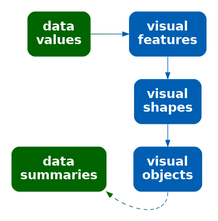
Above: Diagrams/data-vis-shape-obj.png in pmur002/hdvw (Graphviz), before the change. Its source is kept beside it as Diagrams/data-vis-shape-obj.dot. Its diagram source:
```dot
digraph {
  graph [ rankdir=LR; margin=.2; nodesep=.5 ];
  node [ fontsize=20; fontname="sans bold"; margin=.2 ];
  data [ label="data\nvalues"; shape=box; style="filled, rounded"; penwidth=0; fontcolor=white; fillcolor="#006400" ]
  stat [ label="data\nsummaries"; shape=box; style="filled, rounded"; penwidth=0; fontcolor=white; fillcolor="#006400" ]
  vis [ label="visual\nfeatures"; shape=box;
     style="filled, rounded"; penwidth=0; fontcolor=white; fillcolor="#005FB2" ]
  shape [ label="visual\nshapes"; shape=box;
       style="filled, rounded"; penwidth=0; fontcolor=white; fillcolor="#005FB2" ]
  obj [ label="visual\nobjects"; shape=box;
     style="filled, rounded"; penwidth=0; fontcolor=white; fillcolor="#005FB2" ]
  data -> vis [ color="#006400;0.1:#006314;0.1:#006328;0.1:#00623B;0.1:#00624F;0.1:#006163;0.1:#006177;0.1:#00608A;0.1:#00609E;0.1:#005FB2;0.1" ]
  vis -> shape [ color="#005FB2" ]
  shape -> obj [ color="#005FB2" ]
  obj:s -> stat:se [ style="dashed", color="#005FB2;0.1:#00609E;0.1:#00608A;0.1:#006177;0.1:#006163;0.1:#00624F;0.1:#00623B;0.1:#006328;0.1:#006314;0.1:#006400;0.1" ]
{ rank=same; data, stat }
{ rank=same; vis, shape, obj }
}
```
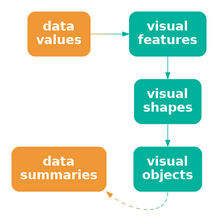
Above is the later version.

Diff of the diagram source:
```diff
@@ -1,18 +1,18 @@
 digraph {
   graph [ rankdir=LR; margin=.2; nodesep=.5 ];
   node [ fontsize=20; fontname="sans bold"; margin=.2 ];
-  data [ label="data\nvalues"; shape=box; style="filled, rounded"; penwidth=0; fontcolor=white; fillcolor="#006400" ]
-  stat [ label="data\nsummaries"; shape=box; style="filled, rounded"; penwidth=0; fontcolor=white; fillcolor="#006400" ]
+  data [ label="data\nvalues"; shape=box; style="filled, rounded"; penwidth=0; fontcolor=white; fillcolor="#F09736" ]
+  stat [ label="data\nsummaries"; shape=box; style="filled, rounded"; penwidth=0; fontcolor=white; fillcolor="#F09736" ]
   vis [ label="visual\nfeatures"; shape=box;
-     style="filled, rounded"; penwidth=0; fontcolor=white; fillcolor="#005FB2" ]
+     style="filled, rounded"; penwidth=0; fontcolor=white; fillcolor="#00B19B" ]
   shape [ label="visual\nshapes"; shape=box;
-       style="filled, rounded"; penwidth=0; fontcolor=white; fillcolor="#005FB2" ]
+       style="filled, rounded"; penwidth=0; fontcolor=white; fillcolor="#00B19B" ]
   obj [ label="visual\nobjects"; shape=box;
-     style="filled, rounded"; penwidth=0; fontcolor=white; fillcolor="#005FB2" ]
-  data -> vis [ color="#006400;0.1:#006314;0.1:#006328;0.1:#00623B;0.1:#00624F;0.1:#006163;0.1:#006177;0.1:#00608A;0.1:#00609E;0.1:#005FB2;0.1" ]
-  vis -> shape [ color="#005FB2" ]
-  shape -> obj [ color="#005FB2" ]
-  obj:s -> stat:se [ style="dashed", color="#005FB2;0.1:#00609E;0.1:#00608A;0.1:#006177;0.1:#006163;0.1:#00624F;0.1:#00623B;0.1:#006328;0.1:#006314;0.1:#006400;0.1" ]
+     style="filled, rounded"; penwidth=0; fontcolor=white; fillcolor="#00B19B" ]
+  data -> vis [ color="#F09736;0.1:#D59A41;0.1:#BB9D4C;0.1:#A0A058;0.1:#85A363;0.1:#6BA56E;0.1:#50A879;0.1:#35AB85;0.1:#1BAE90;0.1:#00B19B;0.1" ]
+  vis -> shape [ color="#00B19B" ]
+  shape -> obj [ color="#00B19B" ]
+  obj:s -> stat:se [ style="dashed", color="#00B19B;0.1:#1BAE90;0.1:#35AB85;0.1:#50A879;0.1:#6BA56E;0.1:#85A363;0.1:#A0A058;0.1:#BB9D4C;0.1:#D59A41;0.1:#F09736;0.1" ]
 { rank=same; data, stat }
 { rank=same; vis, shape, obj }
 }
```
